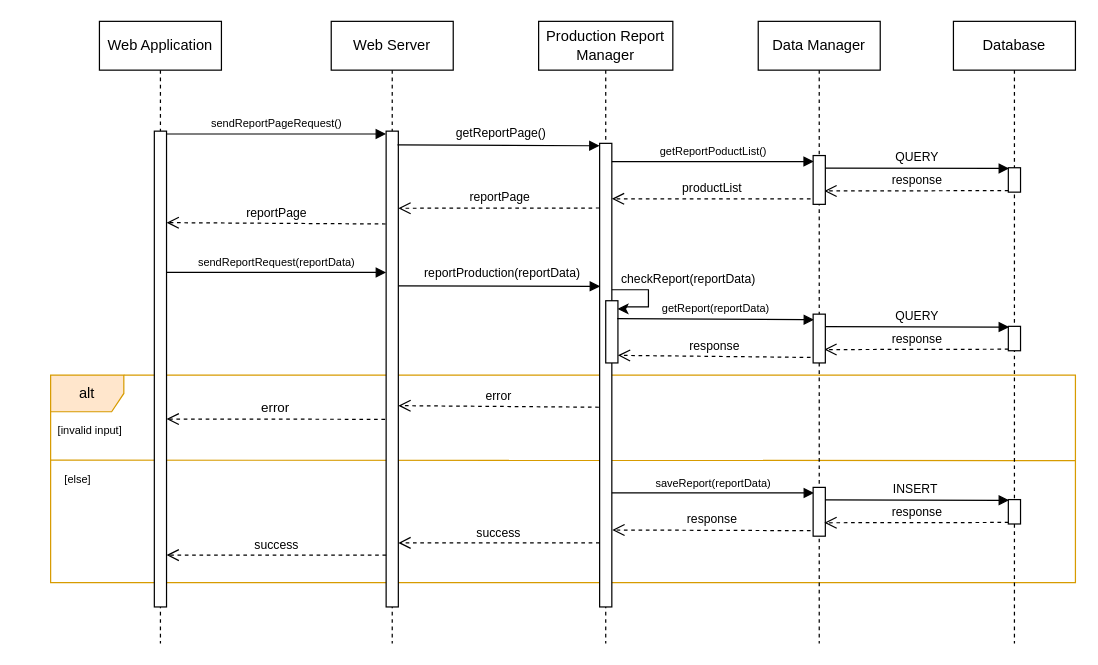
Earlier version of the draw.io diagram page "FM-report-UC9" (4 of 18) of DD/UML/Runtime.drawio (ictar/DREAM-SE2-Project-2022). Source tidied: cells renumbered, new cells numbered last; positions are measured from the earlier drawing's top-left corner, leaving out a move shared by most shapes. Both pictures are drawn from the tidied source at 122%, with x=0, y=0 at pixel (26, 21).
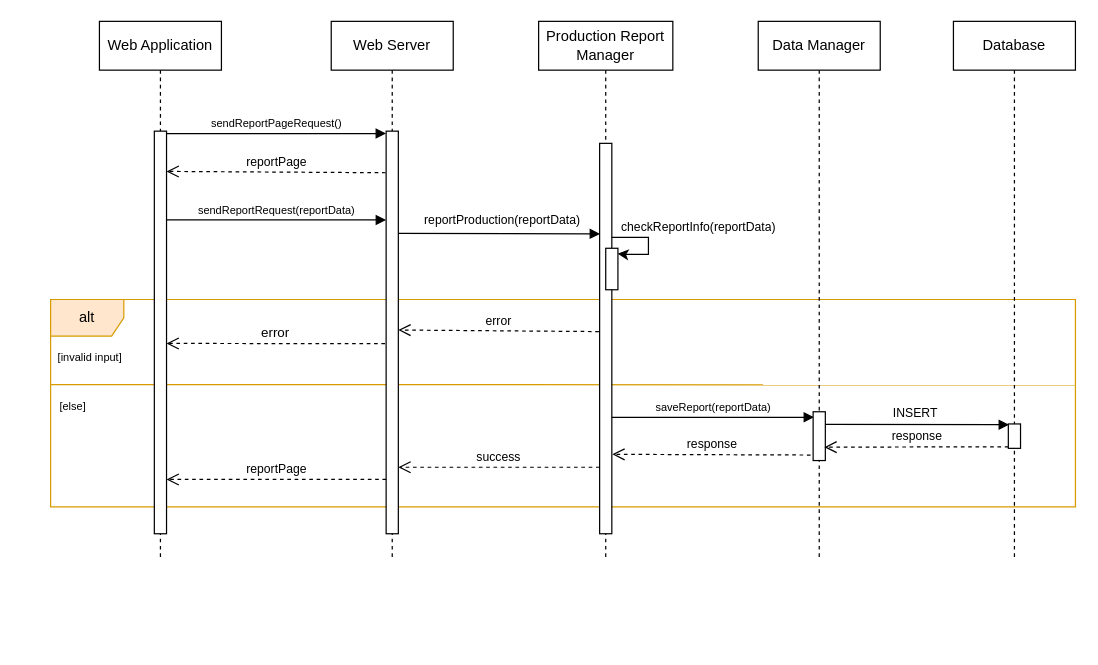
The same page after the edit.

What changed in the source:
```diff
@@
     <mxCell id="2" value="alt" style="shape=umlFrame;whiteSpace=wrap;html=1;fillColor=#ffe6cc;strokeColor=#d79b00;" parent="1" vertex="1">
-      <mxGeometry x="20" y="290" width="840" height="170" as="geometry" />
+      <mxGeometry x="20" y="228" width="840" height="170" as="geometry" />
     </mxCell>
     <mxCell id="3" style="endArrow=none;html=1;rounded=0;fontSize=9;exitX=0;exitY=0.345;exitDx=0;exitDy=0;exitPerimeter=0;fillColor=#ffe6cc;strokeColor=#d79b00;" parent="1" edge="1">
       <mxGeometry relative="1" as="geometry">
-        <mxPoint x="20" y="359.7" as="sourcePoint" />
-        <mxPoint x="860" y="360" as="targetPoint" />
+        <mxPoint x="20" y="297.7" as="sourcePoint" />
+        <mxPoint x="860" y="298" as="targetPoint" />
       </mxGeometry>
     </mxCell>
     <mxCell id="4" value="Web Application" style="shape=umlLifeline;perimeter=lifelinePerimeter;whiteSpace=wrap;html=1;" parent="1" vertex="1">
-      <mxGeometry x="60" width="100" height="510" as="geometry" />
+      <mxGeometry x="60" width="100" height="440" as="geometry" />
     </mxCell>
     <mxCell id="5" value="Web Server" style="shape=umlLifeline;perimeter=lifelinePerimeter;whiteSpace=wrap;html=1;" parent="1" vertex="1">
-      <mxGeometry x="250" width="100" height="510" as="geometry" />
+      <mxGeometry x="250" width="100" height="440" as="geometry" />
     </mxCell>
     <mxCell id="6" style="html=1;points=[];perimeter=orthogonalPerimeter;" parent="5" vertex="1">
-      <mxGeometry x="45" y="90" width="10" height="390" as="geometry" />
+      <mxGeometry x="45" y="90" width="10" height="330" as="geometry" />
     </mxCell>
@@
     <mxCell id="8" value="error" style="html=1;verticalAlign=bottom;endArrow=open;dashed=1;endSize=8;exitX=-0.09;exitY=0.822;rounded=0;exitDx=0;exitDy=0;exitPerimeter=0;" parent="1" edge="1">
       <mxGeometry relative="1" as="geometry">
-        <mxPoint x="294.1" y="326.2" as="sourcePoint" />
-        <mxPoint x="115" y="326" as="targetPoint" />
+        <mxPoint x="294.1" y="264.2" as="sourcePoint" />
+        <mxPoint x="115" y="264" as="targetPoint" />
       </mxGeometry>
     </mxCell>
     <mxCell id="9" style="html=1;points=[];perimeter=orthogonalPerimeter;" parent="1" vertex="1">
-      <mxGeometry x="105" y="90" width="10" height="390" as="geometry" />
+      <mxGeometry x="105" y="90" width="10" height="330" as="geometry" />
     </mxCell>
     <mxCell id="10" value="&lt;font style=&quot;font-size: 9px&quot;&gt;[invalid input]&lt;/font&gt;" style="text;html=1;strokeColor=none;fillColor=none;align=center;verticalAlign=middle;whiteSpace=wrap;rounded=0;" parent="1" vertex="1">
-      <mxGeometry x="10" y="320" width="85" height="30" as="geometry" />
+      <mxGeometry x="10" y="260" width="85" height="30" as="geometry" />
     </mxCell>
     <mxCell id="11" value="Production Report Manager" style="shape=umlLifeline;perimeter=lifelinePerimeter;whiteSpace=wrap;html=1;" parent="1" vertex="1">
-      <mxGeometry x="420" width="110" height="510" as="geometry" />
+      <mxGeometry x="420" width="110" height="440" as="geometry" />
     </mxCell>
     <mxCell id="12" style="html=1;points=[];perimeter=orthogonalPerimeter;" parent="11" vertex="1">
-      <mxGeometry x="50" y="100" width="10" height="380" as="geometry" />
+      <mxGeometry x="50" y="100" width="10" height="320" as="geometry" />
     </mxCell>
     <mxCell id="13" style="html=1;points=[];perimeter=orthogonalPerimeter;" parent="11" vertex="1">
-      <mxGeometry x="55" y="229" width="10" height="51" as="geometry" />
+      <mxGeometry x="55" y="186" width="10" height="34" as="geometry" />
     </mxCell>
     <mxCell id="14" style="endArrow=classic;html=1;rounded=0;fontSize=9;entryX=0.978;entryY=0.131;entryDx=0;entryDy=0;entryPerimeter=0;edgeStyle=orthogonalEdgeStyle;endFill=1;" parent="11" edge="1" target="13">
       <mxGeometry relative="1" as="geometry">
-        <mxPoint x="60" y="220" as="sourcePoint" />
+        <mxPoint x="60" y="177" as="sourcePoint" />
         <Array as="points">
-          <mxPoint x="90" y="220" />
-          <mxPoint x="90" y="234" />
-          <mxPoint x="70" y="234" />
+          <mxPoint x="90" y="177" />
+          <mxPoint x="90" y="191" />
+          <mxPoint x="70" y="191" />
         </Array>
       </mxGeometry>
     </mxCell>
-    <mxCell id="15" value="&lt;span style=&quot;font-size: 10px&quot;&gt;success&lt;/span&gt;" style="html=1;verticalAlign=bottom;endArrow=open;dashed=1;endSize=8;rounded=0;exitX=-0.211;exitY=0.887;exitDx=0;exitDy=0;exitPerimeter=0;" parent="11" edge="1" target="6">
+    <mxCell id="15" value="&lt;span style=&quot;font-size: 10px&quot;&gt;success&lt;/span&gt;" style="html=1;verticalAlign=bottom;endArrow=open;dashed=1;endSize=8;rounded=0;exitX=-0.211;exitY=0.887;exitDx=0;exitDy=0;exitPerimeter=0;" parent="11" edge="1">
       <mxGeometry relative="1" as="geometry">
-        <mxPoint x="50" y="427.5" as="sourcePoint" />
+        <mxPoint x="50" y="365.5" as="sourcePoint" />
+        <mxPoint x="-115" y="365.5" as="targetPoint" />
       </mxGeometry>
     </mxCell>
     <mxCell id="16" value="Data Manager" style="shape=umlLifeline;perimeter=lifelinePerimeter;whiteSpace=wrap;html=1;" parent="1" vertex="1">
-      <mxGeometry x="600" width="100" height="510" as="geometry" />
+      <mxGeometry x="600" width="100" height="440" as="geometry" />
     </mxCell>
     <mxCell id="17" value="Database" style="shape=umlLifeline;perimeter=lifelinePerimeter;whiteSpace=wrap;html=1;" parent="1" vertex="1">
-      <mxGeometry x="760" width="100" height="510" as="geometry" />
+      <mxGeometry x="760" width="100" height="440" as="geometry" />
     </mxCell>
-    <mxCell id="18" value="&lt;font size=&quot;1&quot;&gt;getReportPage()&lt;/font&gt;" style="html=1;verticalAlign=bottom;endArrow=block;rounded=0;exitX=0.931;exitY=0.029;exitDx=0;exitDy=0;exitPerimeter=0;" parent="1" edge="1" source="6">
-      <mxGeometry x="0.03" y="2" relative="1" as="geometry">
-        <mxPoint x="470" y="102" as="targetPoint" />
-      </mxGeometry>
-    </mxCell>
-    <mxCell id="19" value="&lt;span style=&quot;font-family: &amp;#34;helvetica&amp;#34; ; font-size: 9px&quot;&gt;getReportPoductList(&lt;/span&gt;&lt;span style=&quot;font-family: &amp;#34;helvetica&amp;#34; ; font-size: 9px&quot;&gt;)&lt;/span&gt;" style="html=1;verticalAlign=bottom;endArrow=block;rounded=0;entryX=0.062;entryY=0.123;entryDx=0;entryDy=0;entryPerimeter=0;" parent="1" edge="1" target="30">
-      <mxGeometry relative="1" as="geometry">
-        <mxPoint x="480" y="115" as="sourcePoint" />
-      </mxGeometry>
-    </mxCell>
-    <mxCell id="20" value="&lt;font style=&quot;font-size: 10px&quot;&gt;response&lt;/font&gt;" style="html=1;verticalAlign=bottom;endArrow=open;dashed=1;endSize=8;rounded=0;entryX=0.917;entryY=0.726;entryDx=0;entryDy=0;entryPerimeter=0;exitX=0.01;exitY=0.937;exitDx=0;exitDy=0;exitPerimeter=0;" parent="1" edge="1" source="29" target="30">
-      <mxGeometry relative="1" as="geometry" />
-    </mxCell>
-    <mxCell id="21" value="&lt;span style=&quot;font-size: 10px&quot;&gt;productList&lt;/span&gt;" style="html=1;verticalAlign=bottom;endArrow=open;dashed=1;endSize=8;rounded=0;exitX=-0.211;exitY=0.887;exitDx=0;exitDy=0;exitPerimeter=0;" parent="1" edge="1" source="30" target="12">
-      <mxGeometry relative="1" as="geometry" />
-    </mxCell>
     <mxCell id="22" value="&lt;font style=&quot;font-size: 10px&quot;&gt;error&lt;/font&gt;" style="html=1;verticalAlign=bottom;endArrow=open;dashed=1;endSize=8;rounded=0;exitX=-0.067;exitY=0.831;exitDx=0;exitDy=0;exitPerimeter=0;entryX=0.992;entryY=0.251;entryDx=0;entryDy=0;entryPerimeter=0;" parent="1" edge="1">
       <mxGeometry relative="1" as="geometry">
-        <mxPoint x="469.4" y="316.3" as="sourcePoint" />
-        <mxPoint x="305" y="315" as="targetPoint" />
+        <mxPoint x="469.4" y="254.3" as="sourcePoint" />
+        <mxPoint x="305" y="253" as="targetPoint" />
       </mxGeometry>
     </mxCell>
     <mxCell id="23" value="&lt;font style=&quot;font-size: 9px&quot;&gt;[else]&lt;/font&gt;" style="text;html=1;strokeColor=none;fillColor=none;align=center;verticalAlign=middle;whiteSpace=wrap;rounded=0;" parent="1" vertex="1">
-      <mxGeometry y="360" width="85" height="30" as="geometry" />
+      <mxGeometry x="-4" y="300" width="85" height="30" as="geometry" />
     </mxCell>
-    <mxCell id="24" value="&lt;font size=&quot;1&quot;&gt;QUERY&lt;/font&gt;" style="html=1;verticalAlign=bottom;endArrow=block;rounded=0;exitX=0.886;exitY=0.258;exitDx=0;exitDy=0;exitPerimeter=0;entryX=-0.044;entryY=0.03;entryDx=0;entryDy=0;entryPerimeter=0;" parent="1" edge="1">
-      <mxGeometry relative="1" as="geometry">
-        <mxPoint x="654.9" y="120.3" as="sourcePoint" />
-        <mxPoint x="805.6" y="120.6" as="targetPoint" />
-      </mxGeometry>
-    </mxCell>
-    <mxCell id="25" value="&lt;span style=&quot;font-size: 10px&quot;&gt;reportPage&lt;/span&gt;" style="html=1;verticalAlign=bottom;endArrow=open;dashed=1;endSize=8;rounded=0;exitX=-0.067;exitY=0.831;exitDx=0;exitDy=0;exitPerimeter=0;entryX=0.953;entryY=0.495;entryDx=0;entryDy=0;entryPerimeter=0;" parent="1" edge="1">
-      <mxGeometry relative="1" as="geometry">
-        <mxPoint x="469.9" y="153" as="sourcePoint" />
-        <mxPoint x="305" y="153.2" as="targetPoint" />
-      </mxGeometry>
-    </mxCell>
     <mxCell id="26" value="&lt;font style=&quot;font-size: 10px&quot;&gt;reportPage&lt;/font&gt;" style="html=1;verticalAlign=bottom;endArrow=open;dashed=1;endSize=8;rounded=0;exitX=-0.067;exitY=0.831;exitDx=0;exitDy=0;exitPerimeter=0;entryX=0.976;entryY=0.498;entryDx=0;entryDy=0;entryPerimeter=0;" parent="1" edge="1">
       <mxGeometry relative="1" as="geometry">
-        <mxPoint x="294.6" y="166.1" as="sourcePoint" />
-        <mxPoint x="115" y="165" as="targetPoint" />
+        <mxPoint x="294.6" y="124.1" as="sourcePoint" />
+        <mxPoint x="115" y="123" as="targetPoint" />
       </mxGeometry>
     </mxCell>
     <mxCell id="27" value="&lt;font style=&quot;font-size: 9px&quot;&gt;&lt;font style=&quot;font-size: 9px&quot;&gt;sendReportRequest(reportData&lt;/font&gt;&lt;font style=&quot;font-size: 9px&quot;&gt;)&lt;/font&gt;&lt;/font&gt;" style="html=1;verticalAlign=bottom;endArrow=block;rounded=0;entryX=-0.005;entryY=0.006;entryDx=0;entryDy=0;entryPerimeter=0;" parent="1" edge="1">
       <mxGeometry relative="1" as="geometry">
-        <mxPoint x="115.1" y="205.8" as="sourcePoint" />
-        <mxPoint x="295" y="205.8" as="targetPoint" />
+        <mxPoint x="115.1" y="162.8" as="sourcePoint" />
+        <mxPoint x="295" y="162.8" as="targetPoint" />
       </mxGeometry>
     </mxCell>
     <mxCell id="28" value="&lt;font size=&quot;1&quot;&gt;reportProduction(reportData)&lt;/font&gt;" style="html=1;verticalAlign=bottom;endArrow=block;rounded=0;exitX=0.965;exitY=0.048;exitDx=0;exitDy=0;exitPerimeter=0;" parent="1" edge="1">
       <mxGeometry x="0.03" y="2" relative="1" as="geometry">
-        <mxPoint x="305" y="216.8" as="sourcePoint" />
-        <mxPoint x="470.4" y="217.2" as="targetPoint" />
+        <mxPoint x="305" y="173.8" as="sourcePoint" />
+        <mxPoint x="470.4" y="174.2" as="targetPoint" />
       </mxGeometry>
     </mxCell>
-    <mxCell id="29" style="html=1;points=[];perimeter=orthogonalPerimeter;" parent="1" vertex="1">
-      <mxGeometry x="805" y="120" width="10" height="20" as="geometry" />
-    </mxCell>
-    <mxCell id="30" style="html=1;points=[];perimeter=orthogonalPerimeter;" parent="1" vertex="1">
-      <mxGeometry x="645" y="110" width="10" height="40" as="geometry" />
-    </mxCell>
-    <mxCell id="31" value="&lt;span style=&quot;font-family: &amp;#34;helvetica&amp;#34; ; font-size: 9px&quot;&gt;getReport(reportData&lt;/span&gt;&lt;span style=&quot;font-family: &amp;#34;helvetica&amp;#34; ; font-size: 9px&quot;&gt;)&lt;/span&gt;" style="html=1;verticalAlign=bottom;endArrow=block;rounded=0;entryX=0.078;entryY=0.114;entryDx=0;entryDy=0;entryPerimeter=0;exitX=0.944;exitY=0.287;exitDx=0;exitDy=0;exitPerimeter=0;" parent="1" edge="1" source="13" target="36">
-      <mxGeometry relative="1" as="geometry" />
-    </mxCell>
-    <mxCell id="32" value="&lt;font style=&quot;font-size: 10px&quot;&gt;response&lt;/font&gt;" style="html=1;verticalAlign=bottom;endArrow=open;dashed=1;endSize=8;rounded=0;entryX=0.917;entryY=0.726;entryDx=0;entryDy=0;entryPerimeter=0;exitX=0.01;exitY=0.937;exitDx=0;exitDy=0;exitPerimeter=0;" parent="1" edge="1" source="35" target="36">
-      <mxGeometry relative="1" as="geometry" />
-    </mxCell>
-    <mxCell id="33" value="&lt;span style=&quot;font-size: 10px&quot;&gt;response&lt;/span&gt;" style="html=1;verticalAlign=bottom;endArrow=open;dashed=1;endSize=8;rounded=0;exitX=-0.211;exitY=0.887;exitDx=0;exitDy=0;exitPerimeter=0;entryX=0.994;entryY=0.878;entryDx=0;entryDy=0;entryPerimeter=0;" parent="1" edge="1" source="36" target="13">
-      <mxGeometry relative="1" as="geometry" />
-    </mxCell>
-    <mxCell id="34" value="&lt;font size=&quot;1&quot;&gt;QUERY&lt;/font&gt;" style="html=1;verticalAlign=bottom;endArrow=block;rounded=0;exitX=0.886;exitY=0.258;exitDx=0;exitDy=0;exitPerimeter=0;entryX=-0.044;entryY=0.03;entryDx=0;entryDy=0;entryPerimeter=0;" parent="1" edge="1">
-      <mxGeometry relative="1" as="geometry">
-        <mxPoint x="654.9" y="250.3" as="sourcePoint" />
-        <mxPoint x="805.6" y="250.6" as="targetPoint" />
-      </mxGeometry>
-    </mxCell>
-    <mxCell id="35" style="html=1;points=[];perimeter=orthogonalPerimeter;" parent="1" vertex="1">
-      <mxGeometry x="805" y="250" width="10" height="20" as="geometry" />
-    </mxCell>
-    <mxCell id="36" style="html=1;points=[];perimeter=orthogonalPerimeter;" parent="1" vertex="1">
-      <mxGeometry x="645" y="240" width="10" height="40" as="geometry" />
-    </mxCell>
-    <mxCell id="37" value="&lt;span style=&quot;text-align: center ; text-indent: 0px ; display: inline ; float: none ; font-size: 10px&quot;&gt;&lt;font style=&quot;font-size: 10px&quot;&gt;&lt;font face=&quot;helvetica&quot; style=&quot;font-size: 10px&quot;&gt;&lt;span style=&quot;background-color: rgb(255 , 255 , 255)&quot;&gt;checkReport(&lt;/span&gt;&lt;/font&gt;&lt;/font&gt;&lt;span lang=&quot;EN-US&quot; style=&quot;line-height: 107%&quot;&gt;&lt;font style=&quot;font-size: 10px&quot;&gt;reportData&lt;/font&gt;&lt;/span&gt;&lt;font style=&quot;font-size: 10px&quot;&gt;&lt;font face=&quot;helvetica&quot; style=&quot;font-size: 10px&quot;&gt;&lt;span style=&quot;background-color: rgb(255 , 255 , 255)&quot;&gt;)&lt;/span&gt;&lt;/font&gt;&lt;/font&gt;&lt;/span&gt;" style="text;whiteSpace=wrap;html=1;fontSize=9;" parent="1" vertex="1">
-      <mxGeometry x="486" y="199" width="140" height="20" as="geometry" />
+    <mxCell id="37" value="&lt;span style=&quot;text-align: center ; text-indent: 0px ; display: inline ; float: none ; font-size: 10px&quot;&gt;&lt;font style=&quot;font-size: 10px&quot;&gt;&lt;font face=&quot;helvetica&quot; style=&quot;font-size: 10px&quot;&gt;&lt;span style=&quot;background-color: rgb(255 , 255 , 255)&quot;&gt;checkReportInfo(&lt;/span&gt;&lt;/font&gt;&lt;/font&gt;&lt;span lang=&quot;EN-US&quot; style=&quot;line-height: 107%&quot;&gt;&lt;font style=&quot;font-size: 10px&quot;&gt;reportData&lt;/font&gt;&lt;/span&gt;&lt;font style=&quot;font-size: 10px&quot;&gt;&lt;font face=&quot;helvetica&quot; style=&quot;font-size: 10px&quot;&gt;&lt;span style=&quot;background-color: rgb(255 , 255 , 255)&quot;&gt;)&lt;/span&gt;&lt;/font&gt;&lt;/font&gt;&lt;/span&gt;" style="text;whiteSpace=wrap;html=1;fontSize=9;" parent="1" vertex="1">
+      <mxGeometry x="486" y="156" width="140" height="20" as="geometry" />
     </mxCell>
-    <mxCell id="38" value="&lt;span style=&quot;font-family: &amp;#34;helvetica&amp;#34; ; font-size: 9px&quot;&gt;saveReport(reportData&lt;/span&gt;&lt;span style=&quot;font-family: &amp;#34;helvetica&amp;#34; ; font-size: 9px&quot;&gt;)&lt;/span&gt;" style="html=1;verticalAlign=bottom;endArrow=block;rounded=0;entryX=0.078;entryY=0.114;entryDx=0;entryDy=0;entryPerimeter=0;" parent="1" edge="1" source="12" target="40">
-      <mxGeometry relative="1" as="geometry" />
+    <mxCell id="38" value="&lt;span style=&quot;font-family: &amp;#34;helvetica&amp;#34; ; font-size: 9px&quot;&gt;saveReport(reportData&lt;/span&gt;&lt;span style=&quot;font-family: &amp;#34;helvetica&amp;#34; ; font-size: 9px&quot;&gt;)&lt;/span&gt;" style="html=1;verticalAlign=bottom;endArrow=block;rounded=0;entryX=0.078;entryY=0.114;entryDx=0;entryDy=0;entryPerimeter=0;" parent="1" edge="1" target="40">
+      <mxGeometry relative="1" as="geometry">
+        <mxPoint x="480" y="324.6" as="sourcePoint" />
+      </mxGeometry>
     </mxCell>
-    <mxCell id="39" value="&lt;span style=&quot;font-size: 10px&quot;&gt;response&lt;/span&gt;" style="html=1;verticalAlign=bottom;endArrow=open;dashed=1;endSize=8;rounded=0;exitX=-0.211;exitY=0.887;exitDx=0;exitDy=0;exitPerimeter=0;entryX=1.036;entryY=0.834;entryDx=0;entryDy=0;entryPerimeter=0;" parent="1" edge="1" source="40" target="12">
-      <mxGeometry relative="1" as="geometry" />
+    <mxCell id="39" value="&lt;span style=&quot;font-size: 10px&quot;&gt;response&lt;/span&gt;" style="html=1;verticalAlign=bottom;endArrow=open;dashed=1;endSize=8;rounded=0;exitX=-0.211;exitY=0.887;exitDx=0;exitDy=0;exitPerimeter=0;entryX=1.036;entryY=0.834;entryDx=0;entryDy=0;entryPerimeter=0;" parent="1" edge="1" source="40">
+      <mxGeometry relative="1" as="geometry">
+        <mxPoint x="480.4" y="354.9" as="targetPoint" />
+      </mxGeometry>
     </mxCell>
     <mxCell id="40" style="html=1;points=[];perimeter=orthogonalPerimeter;" parent="1" vertex="1">
-      <mxGeometry x="645" y="382" width="10" height="40" as="geometry" />
+      <mxGeometry x="645" y="320" width="10" height="40" as="geometry" />
     </mxCell>
     <mxCell id="41" value="&lt;font style=&quot;font-size: 10px&quot;&gt;response&lt;/font&gt;" style="html=1;verticalAlign=bottom;endArrow=open;dashed=1;endSize=8;rounded=0;entryX=0.917;entryY=0.726;entryDx=0;entryDy=0;entryPerimeter=0;exitX=0.01;exitY=0.937;exitDx=0;exitDy=0;exitPerimeter=0;" parent="1" edge="1" source="43">
       <mxGeometry relative="1" as="geometry">
-        <mxPoint x="654.2" y="411" as="targetPoint" />
+        <mxPoint x="654.2" y="349" as="targetPoint" />
       </mxGeometry>
     </mxCell>
     <mxCell id="42" value="&lt;font size=&quot;1&quot;&gt;INSERT&amp;nbsp;&lt;/font&gt;" style="html=1;verticalAlign=bottom;endArrow=block;rounded=0;exitX=0.886;exitY=0.258;exitDx=0;exitDy=0;exitPerimeter=0;entryX=-0.044;entryY=0.03;entryDx=0;entryDy=0;entryPerimeter=0;" parent="1" edge="1">
       <mxGeometry relative="1" as="geometry">
-        <mxPoint x="654.9" y="392.3" as="sourcePoint" />
-        <mxPoint x="805.6" y="392.6" as="targetPoint" />
+        <mxPoint x="654.9" y="330.3" as="sourcePoint" />
+        <mxPoint x="805.6" y="330.6" as="targetPoint" />
       </mxGeometry>
     </mxCell>
     <mxCell id="43" style="html=1;points=[];perimeter=orthogonalPerimeter;" parent="1" vertex="1">
-      <mxGeometry x="805" y="392" width="10" height="20" as="geometry" />
+      <mxGeometry x="805" y="330" width="10" height="20" as="geometry" />
     </mxCell>
-    <mxCell id="44" value="&lt;span style=&quot;font-size: 10px&quot;&gt;success&lt;/span&gt;" style="html=1;verticalAlign=bottom;endArrow=open;dashed=1;endSize=8;rounded=0;" parent="1" edge="1" source="6">
+    <mxCell id="44" value="&lt;span style=&quot;font-size: 10px&quot;&gt;reportPage&lt;/span&gt;" style="html=1;verticalAlign=bottom;endArrow=open;dashed=1;endSize=8;rounded=0;" parent="1" edge="1">
       <mxGeometry relative="1" as="geometry">
-        <mxPoint x="115" y="437.5" as="targetPoint" />
+        <mxPoint x="295" y="375.5" as="sourcePoint" />
+        <mxPoint x="115" y="375.5" as="targetPoint" />
       </mxGeometry>
     </mxCell>
```
